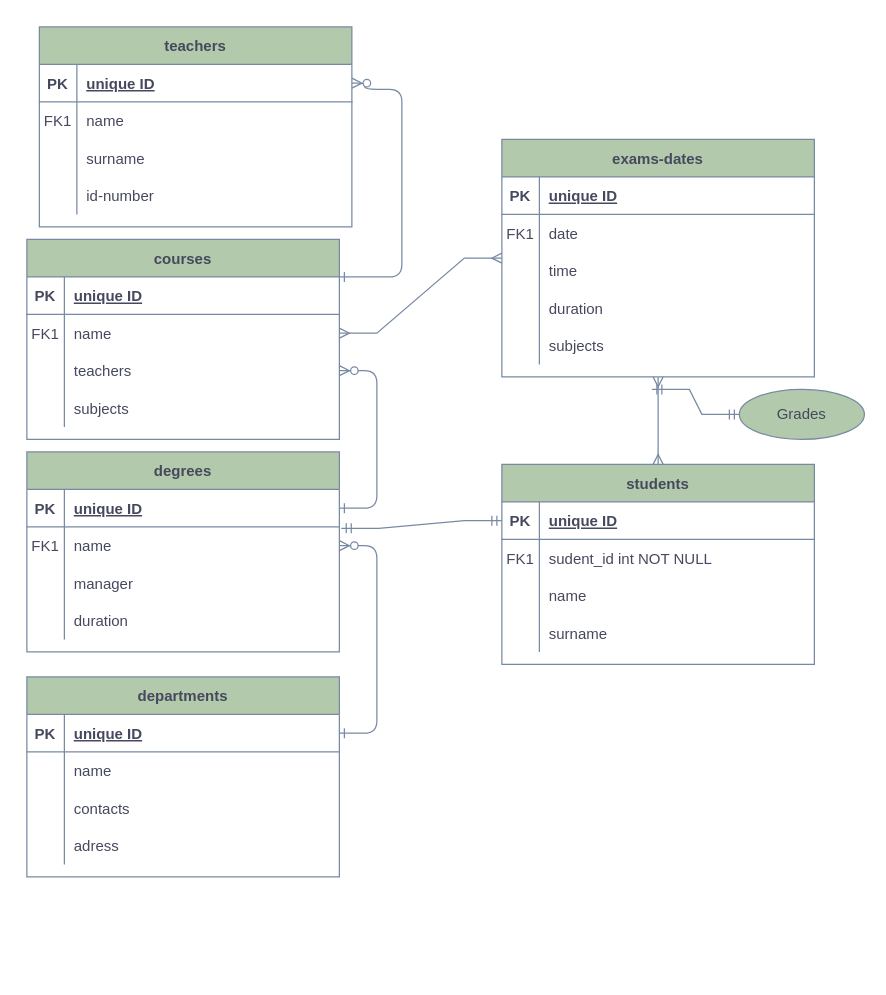
andreivladpaul/db-university keeps this draw.io diagram as Untitled Diagram.drawio. Above is the earlier version. Source tidied: cells renumbered, new cells numbered last; positions are measured from the earlier drawing's top-left corner, leaving out a move shared by most shapes. Both pictures are drawn from the tidied source at 125%, with x=0, y=0 at pixel (26, 26).
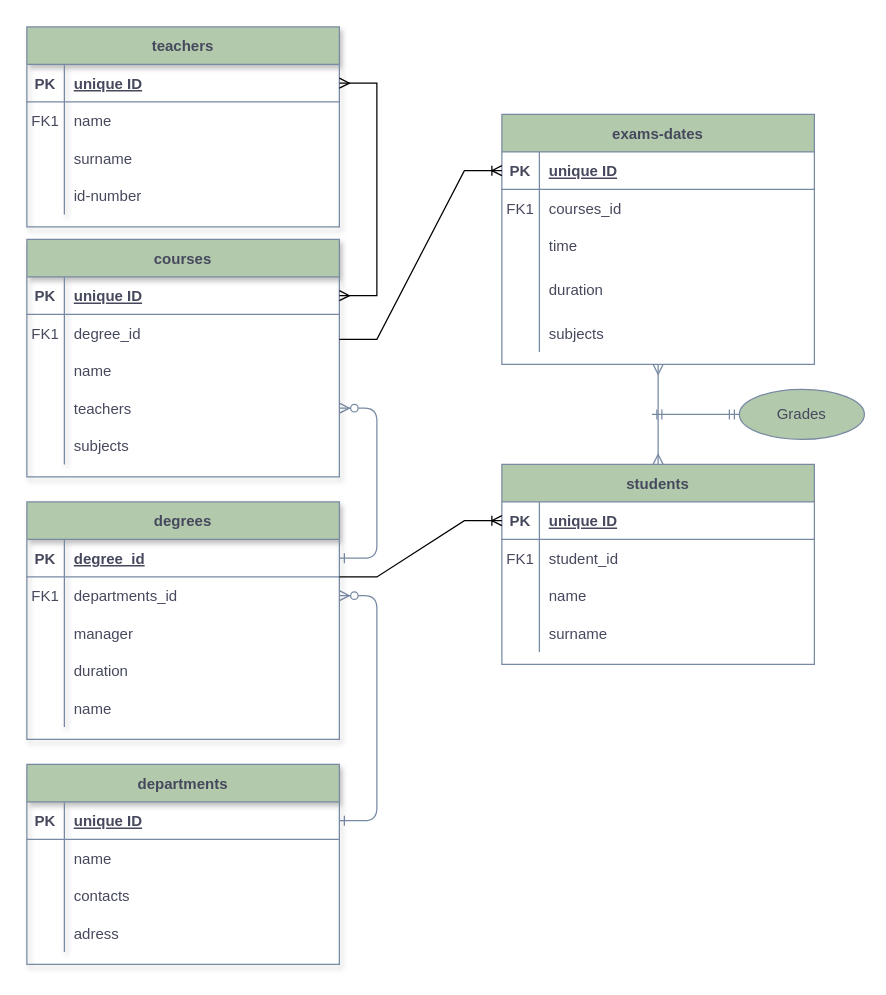
Above is the later version.

Unchanged cells that the change refers to:
```xml
<mxCell id="5" style="shape=partialRectangle;fillColor=none;points=[[0,0.5],[1,0.5]];portConstraint=eastwest;top=0;left=0;right=0;bottom=1;strokeColor=#788AA3;fontColor=#46495D;" parent="4" vertex="1">
  <mxGeometry y="30" width="250" height="30" as="geometry" />
</mxCell>
<mxCell id="8" style="shape=partialRectangle;fillColor=none;points=[[0,0.5],[1,0.5]];portConstraint=eastwest;top=0;left=0;right=0;bottom=0;strokeColor=#788AA3;fontColor=#46495D;" parent="4" vertex="1">
  <mxGeometry y="60" width="250" height="30" as="geometry" />
</mxCell>
<mxCell id="18" style="shape=partialRectangle;fillColor=none;points=[[0,0.5],[1,0.5]];portConstraint=eastwest;top=0;left=0;right=0;bottom=1;strokeColor=#788AA3;fontColor=#46495D;" parent="17" vertex="1">
  <mxGeometry y="30" width="250" height="30" as="geometry" />
</mxCell>
<mxCell id="21" style="shape=partialRectangle;fillColor=none;top=0;left=0;right=0;bottom=0;strokeColor=#788AA3;fontColor=#46495D;" parent="17" vertex="1">
  <mxGeometry y="60" width="250" height="30" as="geometry" />
</mxCell>
<mxCell id="44" style="shape=partialRectangle;fillColor=none;points=[[0,0.5],[1,0.5]];portConstraint=eastwest;top=0;left=0;right=0;bottom=1;strokeColor=#788AA3;fontColor=#46495D;" parent="43" vertex="1">
  <mxGeometry y="30" width="250" height="30" as="geometry" />
</mxCell>
<mxCell id="58" style="shape=partialRectangle;fillColor=none;points=[[0,0.5],[1,0.5]];portConstraint=eastwest;top=0;left=0;right=0;bottom=1;strokeColor=#788AA3;fontColor=#46495D;" parent="57" vertex="1">
  <mxGeometry y="30" width="250" height="30" as="geometry" />
</mxCell>
<mxCell id="61" style="shape=partialRectangle;fillColor=none;top=0;left=0;right=0;bottom=0;strokeColor=#788AA3;fontColor=#46495D;" parent="57" vertex="1">
  <mxGeometry y="60" width="250" height="30" as="geometry" />
</mxCell>
<mxCell id="72" style="shape=partialRectangle;fillColor=none;points=[[0,0.5],[1,0.5]];portConstraint=eastwest;top=0;left=0;right=0;bottom=1;strokeColor=#788AA3;fontColor=#46495D;" parent="71" vertex="1">
  <mxGeometry y="30" width="250" height="30" as="geometry" />
</mxCell>
<mxCell id="75" style="shape=partialRectangle;fillColor=none;top=0;left=0;right=0;bottom=0;strokeColor=#788AA3;fontColor=#46495D;" parent="71" vertex="1">
  <mxGeometry y="60" width="250" height="30" as="geometry" />
</mxCell>
<mxCell id="89" value="Grades" style="ellipse;whiteSpace=wrap;html=1;align=center;fillColor=#B2C9AB;strokeColor=#788AA3;fontColor=#46495D;" parent="1" vertex="1">
  <mxGeometry x="570" y="290" width="100" height="40" as="geometry" />
</mxCell>
```

What changed in the source:
```diff
@@
-    <mxCell id="4" value="degrees" style="shape=table;startSize=30;childLayout=tableLayout;rowLines=0;fontStyle=1;align=center;fillColor=#B2C9AB;strokeColor=#788AA3;fontColor=#46495D;" parent="1" vertex="1">
-      <mxGeometry y="340" width="250" height="160" as="geometry" />
+    <mxCell id="4" value="degrees" style="shape=table;startSize=30;childLayout=tableLayout;rowLines=0;fontStyle=1;align=center;fillColor=#B2C9AB;strokeColor=#788AA3;fontColor=#46495D;shadow=1;" parent="1" vertex="1">
+      <mxGeometry y="380" width="250" height="190" as="geometry" />
     </mxCell>
@@
-    <mxCell id="7" value="unique ID" style="shape=partialRectangle;overflow=hidden;fillColor=none;top=0;left=0;bottom=0;right=0;align=left;spacingLeft=6;fontStyle=5;strokeColor=#788AA3;fontColor=#46495D;" parent="5" vertex="1">
+    <mxCell id="7" value="degree_id" style="shape=partialRectangle;overflow=hidden;fillColor=none;top=0;left=0;bottom=0;right=0;align=left;spacingLeft=6;fontStyle=5;strokeColor=#788AA3;fontColor=#46495D;" parent="5" vertex="1">
       <mxGeometry x="30" width="220" height="30" as="geometry" />
     </mxCell>
@@
-    <mxCell id="10" value="name" style="shape=partialRectangle;overflow=hidden;fillColor=none;top=0;left=0;bottom=0;right=0;align=left;spacingLeft=6;strokeColor=#788AA3;fontColor=#46495D;" parent="8" vertex="1">
+    <mxCell id="10" value="departments_id" style="shape=partialRectangle;overflow=hidden;fillColor=none;top=0;left=0;bottom=0;right=0;align=left;spacingLeft=6;strokeColor=#788AA3;fontColor=#46495D;" parent="8" vertex="1">
       <mxGeometry x="30" width="220" height="30" as="geometry" />
     </mxCell>
@@
+    <mxCell id="91" style="shape=partialRectangle;fillColor=none;top=0;left=0;right=0;bottom=0;strokeColor=#788AA3;fontColor=#46495D;" parent="4" vertex="1">
+      <mxGeometry y="150" width="250" height="30" as="geometry" />
+    </mxCell>
+    <mxCell id="92" style="shape=partialRectangle;overflow=hidden;fillColor=none;top=0;left=0;bottom=0;right=0;strokeColor=#788AA3;fontColor=#46495D;" parent="91" vertex="1">
+      <mxGeometry width="30" height="30" as="geometry" />
+    </mxCell>
+    <mxCell id="93" value="name" style="shape=partialRectangle;overflow=hidden;fillColor=none;top=0;left=0;bottom=0;right=0;align=left;spacingLeft=6;strokeColor=#788AA3;fontColor=#46495D;" parent="91" vertex="1">
+      <mxGeometry x="30" width="220" height="30" as="geometry" />
+    </mxCell>
-    <mxCell id="17" value="courses" style="shape=table;startSize=30;childLayout=tableLayout;rowLines=0;fontStyle=1;align=center;fillColor=#B2C9AB;strokeColor=#788AA3;fontColor=#46495D;" parent="1" vertex="1">
-      <mxGeometry y="170" width="250" height="160" as="geometry" />
+    <mxCell id="17" value="courses" style="shape=table;startSize=30;childLayout=tableLayout;rowLines=0;fontStyle=1;align=center;fillColor=#B2C9AB;strokeColor=#788AA3;fontColor=#46495D;shadow=1;" parent="1" vertex="1">
+      <mxGeometry y="170" width="250" height="190" as="geometry" />
     </mxCell>
@@
-    <mxCell id="23" value="name" style="shape=partialRectangle;overflow=hidden;fillColor=none;top=0;left=0;bottom=0;right=0;align=left;spacingLeft=6;strokeColor=#788AA3;fontColor=#46495D;" parent="21" vertex="1">
+    <mxCell id="23" value="degree_id" style="shape=partialRectangle;overflow=hidden;fillColor=none;top=0;left=0;bottom=0;right=0;align=left;spacingLeft=6;strokeColor=#788AA3;fontColor=#46495D;" parent="21" vertex="1">
       <mxGeometry x="30" width="220" height="30" as="geometry" />
     </mxCell>
+    <mxCell id="94" style="shape=partialRectangle;fillColor=none;top=0;left=0;right=0;bottom=0;strokeColor=#788AA3;fontColor=#46495D;" parent="17" vertex="1">
+      <mxGeometry y="90" width="250" height="30" as="geometry" />
+    </mxCell>
+    <mxCell id="95" style="shape=partialRectangle;overflow=hidden;fillColor=none;top=0;left=0;bottom=0;right=0;strokeColor=#788AA3;fontColor=#46495D;" parent="94" vertex="1">
+      <mxGeometry width="30" height="30" as="geometry" />
+    </mxCell>
+    <mxCell id="96" value="name" style="shape=partialRectangle;overflow=hidden;fillColor=none;top=0;left=0;bottom=0;right=0;align=left;spacingLeft=6;strokeColor=#788AA3;fontColor=#46495D;" parent="94" vertex="1">
+      <mxGeometry x="30" width="220" height="30" as="geometry" />
+    </mxCell>
     <mxCell id="24" style="shape=partialRectangle;fillColor=none;points=[[0,0.5],[1,0.5]];portConstraint=eastwest;top=0;left=0;right=0;bottom=0;strokeColor=#788AA3;fontColor=#46495D;" parent="17" vertex="1">
-      <mxGeometry y="90" width="250" height="30" as="geometry" />
+      <mxGeometry y="120" width="250" height="30" as="geometry" />
     </mxCell>
@@
     <mxCell id="27" style="shape=partialRectangle;fillColor=none;top=0;left=0;right=0;bottom=0;strokeColor=#788AA3;fontColor=#46495D;" parent="17" vertex="1">
-      <mxGeometry y="120" width="250" height="30" as="geometry" />
+      <mxGeometry y="150" width="250" height="30" as="geometry" />
     </mxCell>
@@
-    <mxCell id="30" value="departments" style="shape=table;startSize=30;childLayout=tableLayout;rowLines=0;fontStyle=1;align=center;fillColor=#B2C9AB;strokeColor=#788AA3;fontColor=#46495D;" parent="1" vertex="1">
-      <mxGeometry y="520" width="250" height="160" as="geometry" />
+    <mxCell id="30" value="departments" style="shape=table;startSize=30;childLayout=tableLayout;rowLines=0;fontStyle=1;align=center;fillColor=#B2C9AB;strokeColor=#788AA3;fontColor=#46495D;shadow=1;" parent="1" vertex="1">
+      <mxGeometry y="590" width="250" height="160" as="geometry" />
     </mxCell>
@@
-    <mxCell id="43" value="teachers" style="shape=table;startSize=30;childLayout=tableLayout;rowLines=0;fontStyle=1;align=center;fillColor=#B2C9AB;strokeColor=#788AA3;fontColor=#46495D;" parent="1" vertex="1">
-      <mxGeometry x="10" width="250" height="160" as="geometry" />
+    <mxCell id="43" value="teachers" style="shape=table;startSize=30;childLayout=tableLayout;rowLines=0;fontStyle=1;align=center;fillColor=#B2C9AB;strokeColor=#788AA3;fontColor=#46495D;shadow=1;" parent="1" vertex="1">
+      <mxGeometry width="250" height="160" as="geometry" />
     </mxCell>
@@
-    <mxCell id="56" style="endArrow=ERzeroToMany;startArrow=ERone;endFill=1;startFill=0;exitX=1;exitY=0;exitDx=0;exitDy=0;exitPerimeter=0;edgeStyle=orthogonalEdgeStyle;strokeColor=#788AA3;fontColor=#46495D;" parent="1" edge="1" source="18" target="44">
-      <mxGeometry relative="1" as="geometry">
-        <Array as="points">
-          <mxPoint x="300" y="200" />
-          <mxPoint x="300" y="50" />
-          <mxPoint x="270" y="50" />
-          <mxPoint x="270" y="45" />
-        </Array>
-      </mxGeometry>
-    </mxCell>
@@
-    <mxCell id="63" value="sudent_id int NOT NULL" style="shape=partialRectangle;overflow=hidden;fillColor=none;top=0;left=0;bottom=0;right=0;align=left;spacingLeft=6;strokeColor=#788AA3;fontColor=#46495D;" parent="61" vertex="1">
+    <mxCell id="63" value="student_id " style="shape=partialRectangle;overflow=hidden;fillColor=none;top=0;left=0;bottom=0;right=0;align=left;spacingLeft=6;strokeColor=#788AA3;fontColor=#46495D;" parent="61" vertex="1">
       <mxGeometry x="30" width="220" height="30" as="geometry" />
     </mxCell>
@@
-    <mxCell id="70" style="edgeStyle=entityRelationEdgeStyle;fontSize=12;html=1;endArrow=ERmandOne;startArrow=ERmandOne;rounded=0;exitX=0;exitY=0.5;exitDx=0;exitDy=0;entryX=1.006;entryY=0.038;entryDx=0;entryDy=0;entryPerimeter=0;strokeColor=#788AA3;fontColor=#46495D;" parent="1" edge="1" source="58" target="8">
-      <mxGeometry relative="1" as="geometry" />
-    </mxCell>
     <mxCell id="71" value="exams-dates" style="shape=table;startSize=30;childLayout=tableLayout;rowLines=0;fontStyle=1;align=center;fillColor=#B2C9AB;strokeColor=#788AA3;fontColor=#46495D;" parent="1" vertex="1">
-      <mxGeometry x="380" y="90" width="250" height="190" as="geometry" />
+      <mxGeometry x="380" y="70" width="250" height="200" as="geometry" />
     </mxCell>
@@
-    <mxCell id="77" value="date" style="shape=partialRectangle;overflow=hidden;fillColor=none;top=0;left=0;bottom=0;right=0;align=left;spacingLeft=6;strokeColor=#788AA3;fontColor=#46495D;" parent="75" vertex="1">
+    <mxCell id="77" value="courses_id" style="shape=partialRectangle;overflow=hidden;fillColor=none;top=0;left=0;bottom=0;right=0;align=left;spacingLeft=6;strokeColor=#788AA3;fontColor=#46495D;" parent="75" vertex="1">
       <mxGeometry x="30" width="220" height="30" as="geometry" />
     </mxCell>
@@
     <mxCell id="81" style="shape=partialRectangle;fillColor=none;top=0;left=0;right=0;bottom=0;strokeColor=#788AA3;fontColor=#46495D;" parent="71" vertex="1">
-      <mxGeometry y="120" width="250" height="30" as="geometry" />
+      <mxGeometry y="120" width="250" height="40" as="geometry" />
     </mxCell>
     <mxCell id="82" style="shape=partialRectangle;overflow=hidden;fillColor=none;top=0;left=0;bottom=0;right=0;strokeColor=#788AA3;fontColor=#46495D;" parent="81" vertex="1">
-      <mxGeometry width="30" height="30" as="geometry" />
+      <mxGeometry width="30" height="40" as="geometry" />
     </mxCell>
     <mxCell id="83" value="duration" style="shape=partialRectangle;overflow=hidden;fillColor=none;top=0;left=0;bottom=0;right=0;align=left;spacingLeft=6;strokeColor=#788AA3;fontColor=#46495D;" parent="81" vertex="1">
-      <mxGeometry x="30" width="220" height="30" as="geometry" />
+      <mxGeometry x="30" width="220" height="40" as="geometry" />
     </mxCell>
     <mxCell id="84" style="shape=partialRectangle;fillColor=none;top=0;left=0;right=0;bottom=0;strokeColor=#788AA3;fontColor=#46495D;" parent="71" vertex="1">
-      <mxGeometry y="150" width="250" height="30" as="geometry" />
+      <mxGeometry y="160" width="250" height="30" as="geometry" />
     </mxCell>
@@
-    <mxCell id="87" style="edgeStyle=entityRelationEdgeStyle;fontSize=12;html=1;endArrow=ERmany;startArrow=ERmany;rounded=0;strokeColor=#788AA3;fontColor=#46495D;" parent="1" edge="1" target="71">
-      <mxGeometry relative="1" as="geometry">
-        <mxPoint x="250" y="245" as="sourcePoint" />
-      </mxGeometry>
-    </mxCell>
@@
-    <mxCell id="90" style="edgeStyle=entityRelationEdgeStyle;fontSize=12;html=1;endArrow=ERmandOne;startArrow=ERmandOne;rounded=0;entryX=0;entryY=0.5;entryDx=0;entryDy=0;strokeColor=#788AA3;fontColor=#46495D;" parent="1" edge="1" target="89">
+    <mxCell id="90" style="fontSize=12;html=1;endArrow=ERmandOne;startArrow=ERmandOne;rounded=0;entryX=0;entryY=0.5;entryDx=0;entryDy=0;strokeColor=#788AA3;fontColor=#46495D;" parent="1" edge="1" target="89">
       <mxGeometry relative="1" as="geometry">
-        <mxPoint x="500" y="290" as="sourcePoint" />
+        <mxPoint x="500" y="310" as="sourcePoint" />
       </mxGeometry>
     </mxCell>
+    <mxCell id="56" style="edgeStyle=entityRelationEdgeStyle;fontSize=12;html=1;endArrow=ERmany;startArrow=ERmany;rounded=0;entryX=1;entryY=0.5;entryDx=0;entryDy=0;" parent="1" edge="1" source="18" target="44">
+      <mxGeometry relative="1" as="geometry" />
+    </mxCell>
+    <mxCell id="97" style="edgeStyle=entityRelationEdgeStyle;fontSize=12;html=1;endArrow=ERoneToMany;rounded=0;entryX=0;entryY=0.5;entryDx=0;entryDy=0;" parent="1" edge="1" target="72">
+      <mxGeometry relative="1" as="geometry">
+        <mxPoint x="250" y="250" as="sourcePoint" />
+      </mxGeometry>
+    </mxCell>
+    <mxCell id="98" style="edgeStyle=entityRelationEdgeStyle;fontSize=12;html=1;endArrow=ERoneToMany;rounded=0;exitX=1;exitY=0.002;exitDx=0;exitDy=0;entryX=0;entryY=0.5;entryDx=0;entryDy=0;exitPerimeter=0;" parent="1" edge="1" source="8" target="58">
+      <mxGeometry relative="1" as="geometry" />
+    </mxCell>
```
